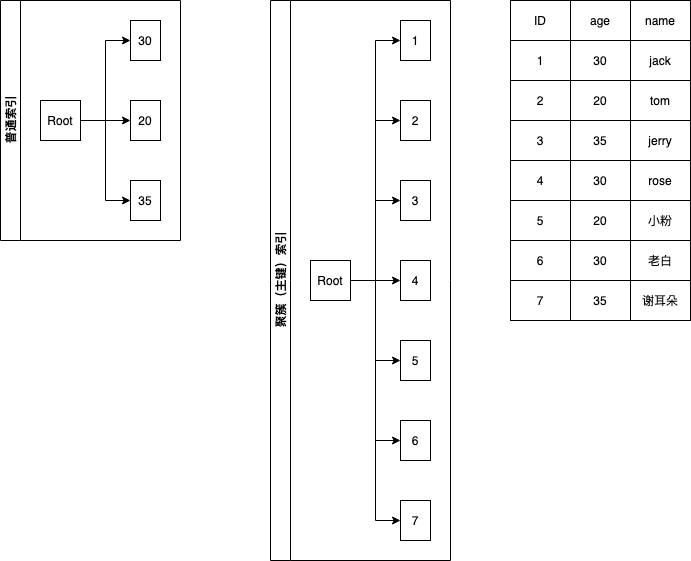
This is mysql-mrr.png from GallantKong/diagram, a draw.io export, as it was before one commit. Source tidied: cells renumbered, new cells last; positions are measured from the earlier drawing's top-left corner, leaving out a move shared by most shapes.
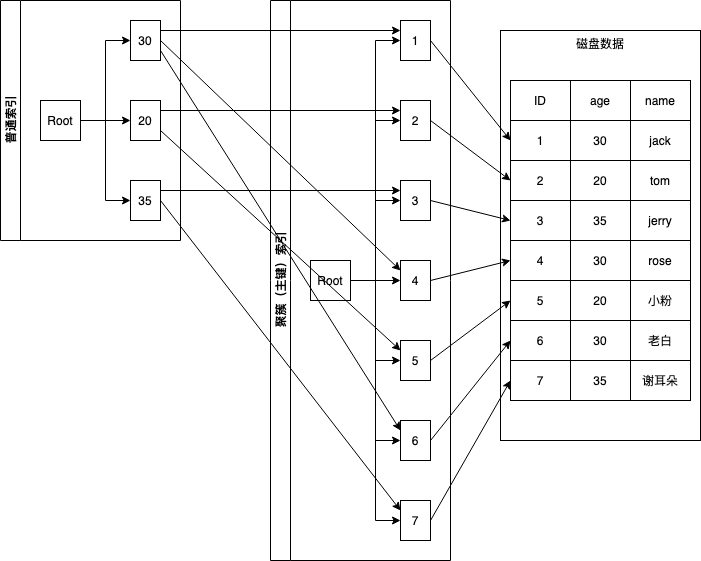
After the change.

The edit, as a diff of the source:
```diff
@@ -2,6 +2,9 @@
   <root>
     <mxCell id="0" />
     <mxCell id="1" parent="0" />
+    <mxCell id="59" value="磁盘数据" style="rounded=0;whiteSpace=wrap;html=1;labelBackgroundColor=none;verticalAlign=top;" parent="1" vertex="1">
+      <mxGeometry x="500" y="30" width="200" height="410" as="geometry" />
+    </mxCell>
     <mxCell id="2" value="普通索引" style="swimlane;html=1;startSize=20;horizontal=0;horizontalTree=1;containerType=tree;" parent="1" vertex="1">
       <mxGeometry width="180" height="240" as="geometry" />
     </mxCell>
@@ -27,7 +30,7 @@
       <mxGeometry relative="1" as="geometry" />
     </mxCell>
     <mxCell id="10" style="shape=table;html=1;whiteSpace=wrap;startSize=0;" parent="1" vertex="1">
-      <mxGeometry x="510" width="180" height="320" as="geometry" />
+      <mxGeometry x="510" y="80" width="180" height="320" as="geometry" />
     </mxCell>
     <mxCell id="11" style="shape=partialRectangle;html=1;whiteSpace=wrap;fillColor=none;top=0;left=0;bottom=0;right=0;" parent="10" vertex="1">
       <mxGeometry width="180" height="40" as="geometry" />
@@ -173,5 +176,47 @@
     <mxCell id="58" value="7" style="whiteSpace=wrap;html=1;" parent="43" vertex="1">
       <mxGeometry x="130" y="500" width="30" height="40" as="geometry" />
     </mxCell>
+    <mxCell id="60" style="edgeStyle=none;rounded=0;jettySize=auto;html=1;exitX=1;exitY=0.25;exitDx=0;exitDy=0;entryX=0;entryY=0.25;entryDx=0;entryDy=0;" parent="1" edge="1" source="4" target="45">
+      <mxGeometry relative="1" as="geometry" />
+    </mxCell>
+    <mxCell id="61" style="edgeStyle=none;rounded=0;jettySize=auto;html=1;exitX=1;exitY=0.5;exitDx=0;exitDy=0;entryX=0;entryY=0.25;entryDx=0;entryDy=0;" parent="1" edge="1" source="4" target="52">
+      <mxGeometry relative="1" as="geometry" />
+    </mxCell>
+    <mxCell id="62" style="edgeStyle=none;rounded=0;jettySize=auto;html=1;exitX=1;exitY=0.75;exitDx=0;exitDy=0;entryX=0;entryY=0.25;entryDx=0;entryDy=0;" parent="1" edge="1" source="4" target="56">
+      <mxGeometry relative="1" as="geometry" />
+    </mxCell>
+    <mxCell id="63" style="edgeStyle=none;rounded=0;jettySize=auto;html=1;exitX=1;exitY=0.5;exitDx=0;exitDy=0;entryX=0;entryY=0.5;entryDx=0;entryDy=0;" parent="1" edge="1" source="45" target="15">
+      <mxGeometry relative="1" as="geometry" />
+    </mxCell>
+    <mxCell id="64" style="edgeStyle=none;rounded=0;jettySize=auto;html=1;exitX=1;exitY=0.5;exitDx=0;exitDy=0;entryX=0;entryY=0.5;entryDx=0;entryDy=0;" parent="1" edge="1" source="47" target="19">
+      <mxGeometry relative="1" as="geometry" />
+    </mxCell>
+    <mxCell id="65" style="edgeStyle=none;rounded=0;jettySize=auto;html=1;exitX=1;exitY=0.5;exitDx=0;exitDy=0;entryX=0;entryY=0.5;entryDx=0;entryDy=0;" parent="1" edge="1" source="49" target="23">
+      <mxGeometry relative="1" as="geometry" />
+    </mxCell>
+    <mxCell id="66" style="edgeStyle=none;rounded=0;jettySize=auto;html=1;exitX=1;exitY=0.5;exitDx=0;exitDy=0;entryX=0;entryY=0.5;entryDx=0;entryDy=0;" parent="1" edge="1" source="52" target="27">
+      <mxGeometry relative="1" as="geometry" />
+    </mxCell>
+    <mxCell id="67" style="edgeStyle=none;rounded=0;jettySize=auto;html=1;exitX=1;exitY=0.5;exitDx=0;exitDy=0;entryX=0;entryY=0.5;entryDx=0;entryDy=0;" parent="1" edge="1" source="54" target="31">
+      <mxGeometry relative="1" as="geometry" />
+    </mxCell>
+    <mxCell id="68" style="edgeStyle=none;rounded=0;jettySize=auto;html=1;exitX=1;exitY=0.5;exitDx=0;exitDy=0;entryX=0;entryY=0.5;entryDx=0;entryDy=0;" parent="1" edge="1" source="56" target="35">
+      <mxGeometry relative="1" as="geometry" />
+    </mxCell>
+    <mxCell id="69" style="edgeStyle=none;rounded=0;jettySize=auto;html=1;exitX=1;exitY=0.5;exitDx=0;exitDy=0;entryX=0;entryY=0.5;entryDx=0;entryDy=0;" parent="1" edge="1" source="58" target="39">
+      <mxGeometry relative="1" as="geometry" />
+    </mxCell>
+    <mxCell id="70" style="edgeStyle=none;rounded=0;jettySize=auto;html=1;exitX=1;exitY=0.25;exitDx=0;exitDy=0;entryX=0;entryY=0.25;entryDx=0;entryDy=0;" parent="1" edge="1" source="6" target="47">
+      <mxGeometry relative="1" as="geometry" />
+    </mxCell>
+    <mxCell id="71" style="edgeStyle=none;rounded=0;jettySize=auto;html=1;exitX=1;exitY=0.75;exitDx=0;exitDy=0;entryX=0;entryY=0.25;entryDx=0;entryDy=0;" parent="1" edge="1" source="6" target="54">
+      <mxGeometry relative="1" as="geometry" />
+    </mxCell>
+    <mxCell id="72" style="edgeStyle=none;rounded=0;jettySize=auto;html=1;exitX=1;exitY=0.25;exitDx=0;exitDy=0;entryX=0;entryY=0.25;entryDx=0;entryDy=0;" parent="1" edge="1" source="8" target="49">
+      <mxGeometry relative="1" as="geometry" />
+    </mxCell>
+    <mxCell id="73" style="edgeStyle=none;rounded=0;jettySize=auto;html=1;exitX=1;exitY=0.5;exitDx=0;exitDy=0;entryX=0;entryY=0.25;entryDx=0;entryDy=0;fillColor=#FF960D;" parent="1" edge="1" source="8" target="58">
+      <mxGeometry relative="1" as="geometry" />
+    </mxCell>
   </root>
 </mxGraphModel>
```
